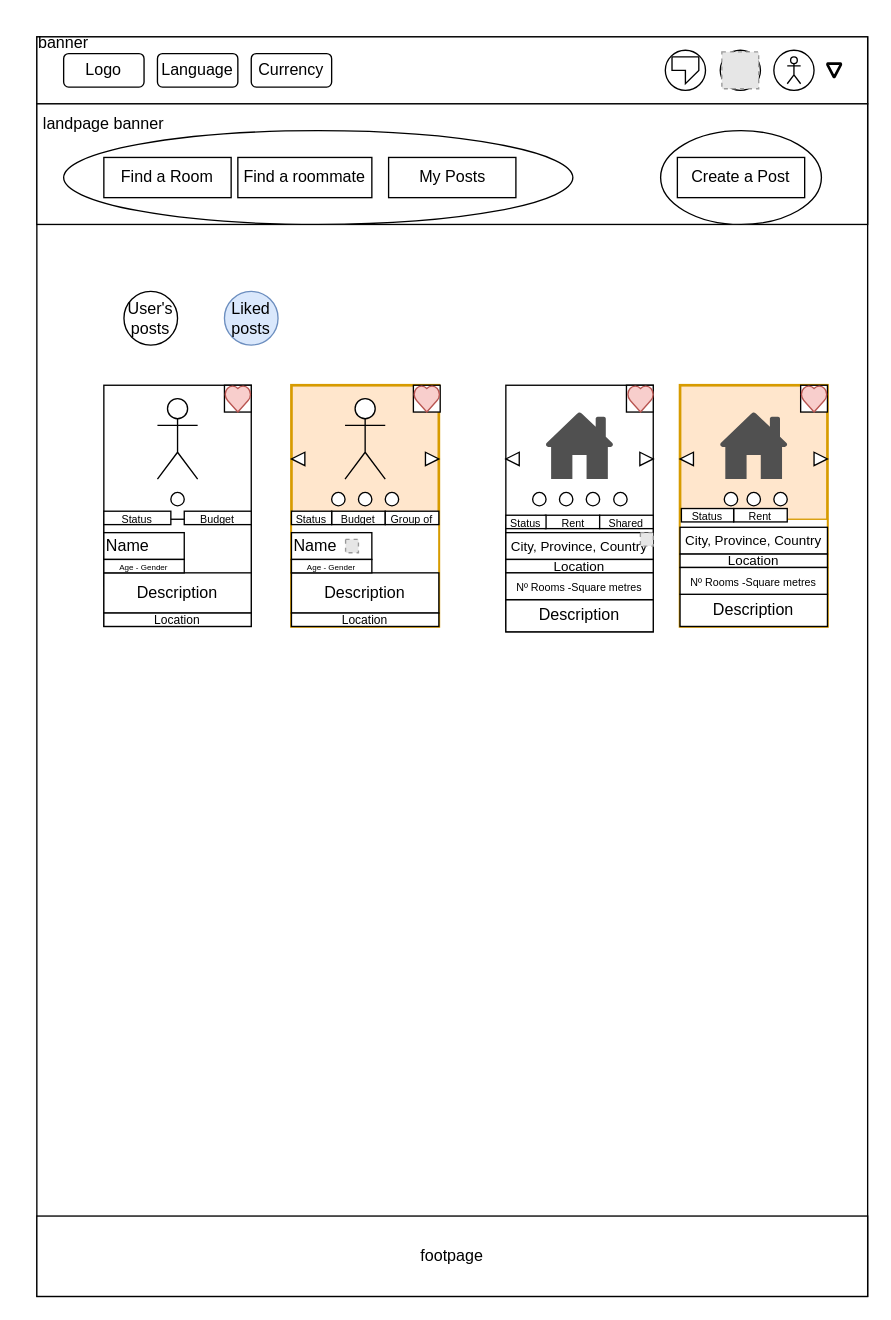
Earlier version of the draw.io diagram CroquisWeb/DrawIO/Liked Posts.drawio (sofwarebakery/CroquisWeb). Source tidied: cells renumbered, new cells numbered last; positions are measured from the earlier drawing's top-left corner, leaving out a move shared by most shapes. Both pictures are drawn from the tidied source at 134%, with x=0, y=0 at pixel (23, 23). Pictures stored in the file or linked from it are replaced by grey dashed boxes.
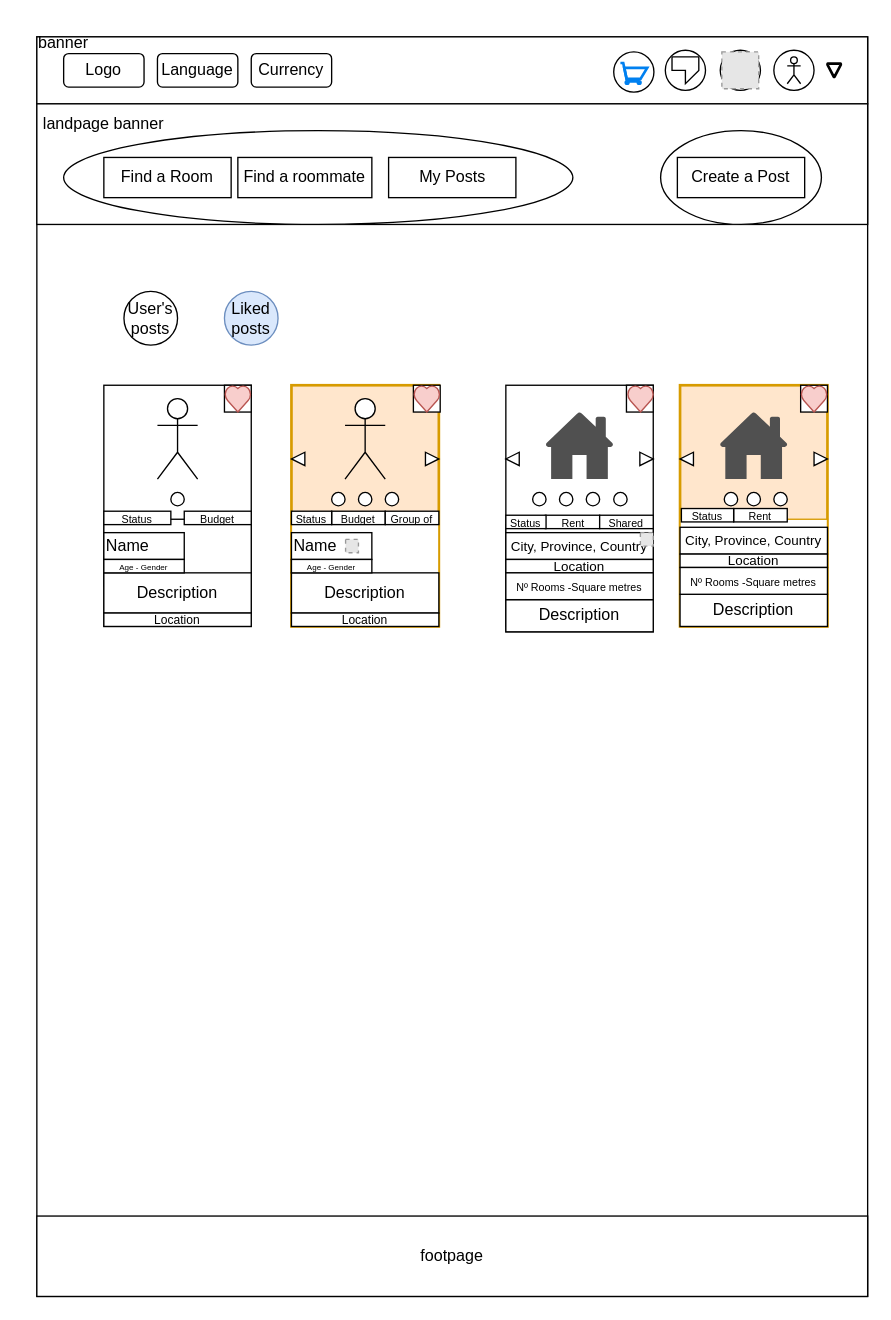
The same page after the edit.

The edit, as a diff of the source:
```diff
@@
+    <mxCell id="93" style="ellipse;whiteSpace=wrap;html=1;" parent="1" vertex="1">
+      <mxGeometry x="440.5" y="21.2" width="30" height="30" as="geometry" />
+    </mxCell>
+    <mxCell id="94" style="html=1;verticalLabelPosition=bottom;align=center;labelBackgroundColor=#ffffff;verticalAlign=top;strokeWidth=2;strokeColor=#0080F0;shadow=0;dashed=0;shape=mxgraph.ios7.icons.shopping_cart;" parent="1" vertex="1">
+      <mxGeometry x="445.5" y="29.5" width="20" height="15.5" as="geometry" />
+    </mxCell>
```
